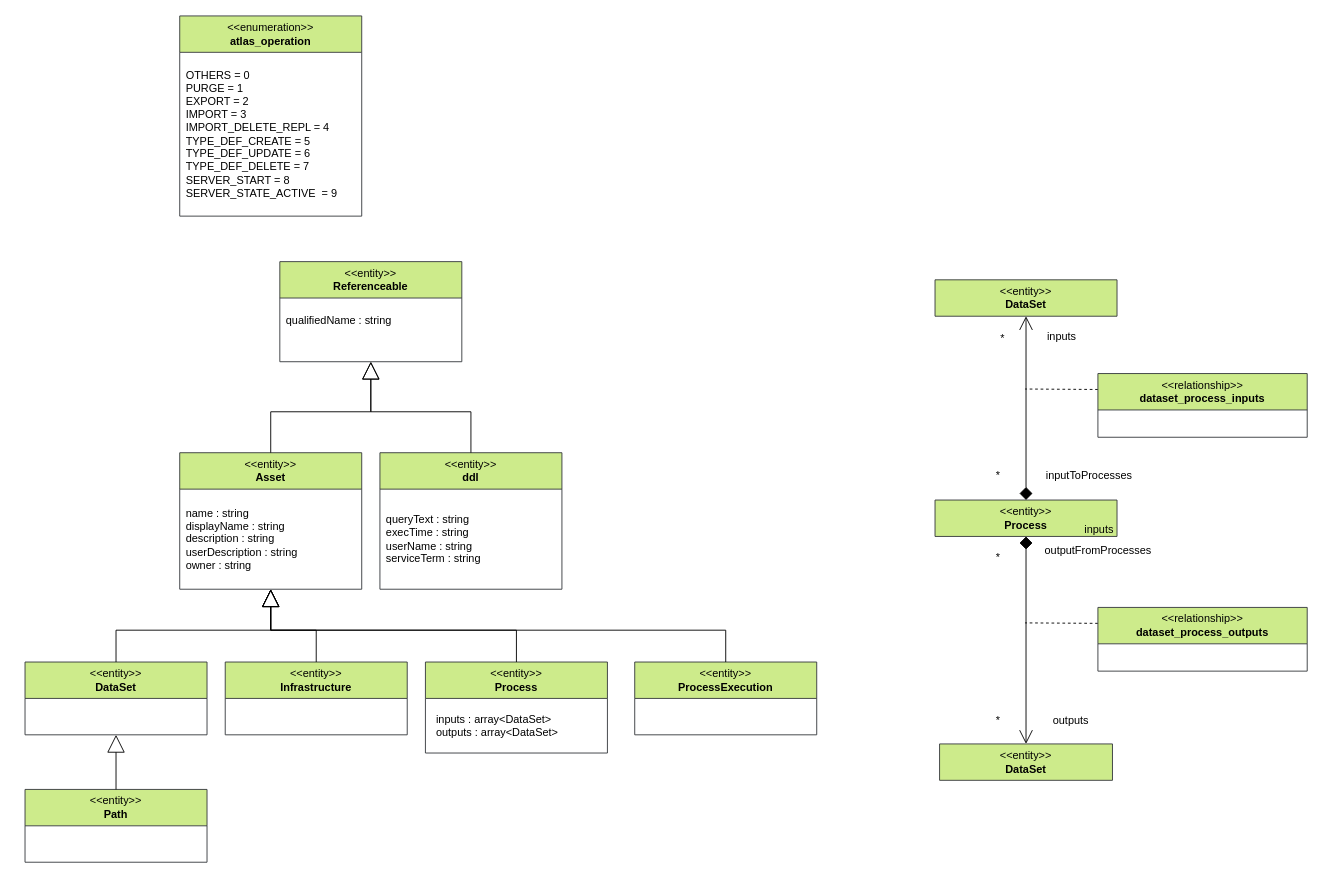
Earlier version of the draw.io diagram page "0010 - Base Model" (1 of 16) of open-metadata-implementation/adapters/open-connectors/integration-connectors/atlas-integration-connector/docs/atlas-types.drawio (odpi/egeria). Source tidied: cells renumbered, new cells numbered last; positions are measured from the earlier drawing's top-left corner, leaving out a move shared by most shapes. Both pictures are drawn from the tidied source at 91%, with x=0, y=0 at pixel (25, 15).
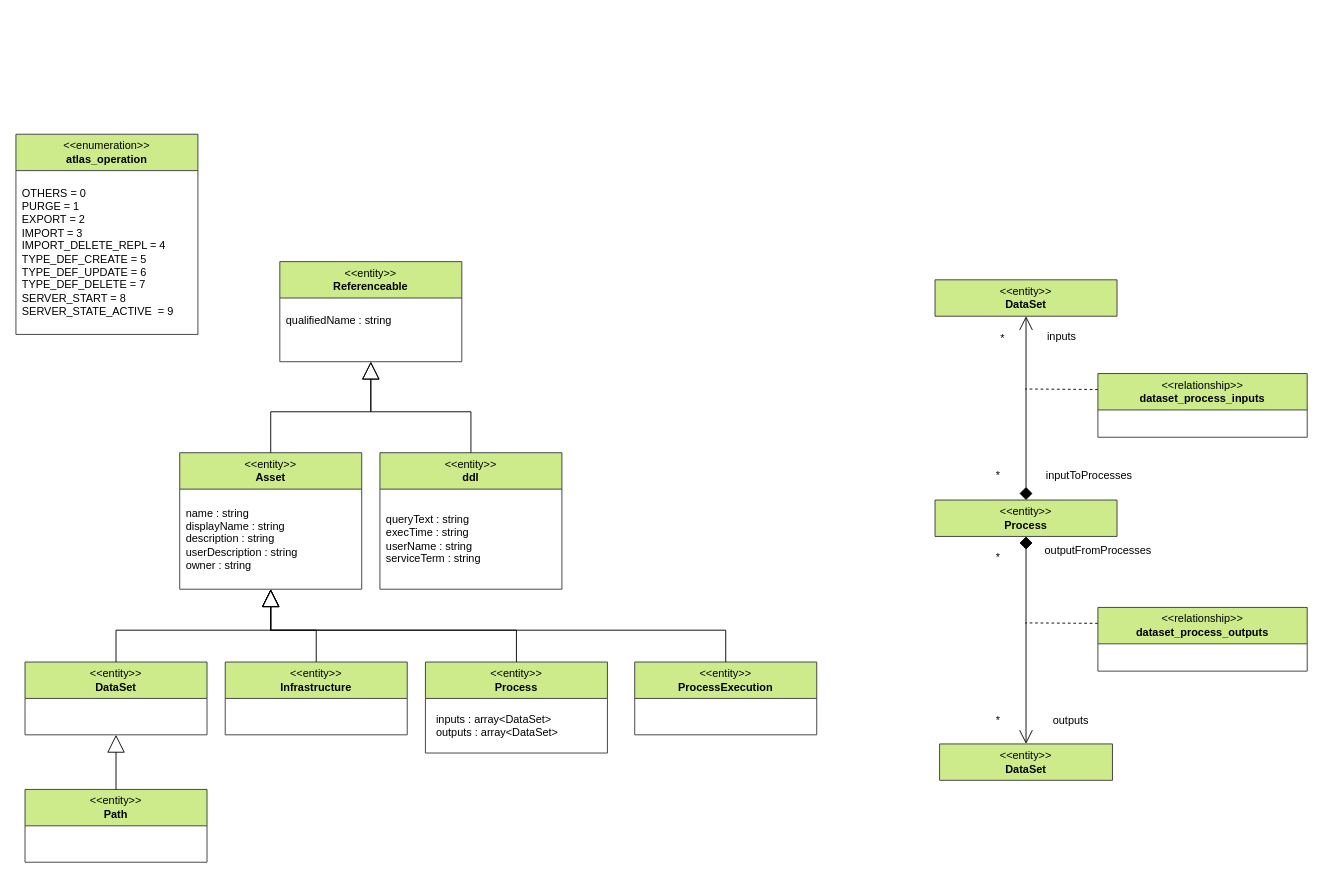
The same page after the edit.

Change to the diagram source:
```diff
@@
     <mxCell id="2" value="&lt;span style=&quot;font-weight: normal;&quot;&gt;&amp;lt;&amp;lt;enumeration&amp;gt;&amp;gt;&lt;br&gt;&lt;/span&gt;atlas_operation" style="swimlane;whiteSpace=wrap;html=1;startSize=40;fillColor=#cdeb8b;strokeColor=#36393d;" parent="1" vertex="1">
-      <mxGeometry x="170" width="200" height="220" as="geometry" />
+      <mxGeometry x="-10" y="130" width="200" height="220" as="geometry" />
     </mxCell>
@@
-    <mxCell id="39" value="inputs" style="text;html=1;align=center;verticalAlign=middle;strokeColor=none;fillColor=none;" parent="1" vertex="1">
-      <mxGeometry x="1150" y="550" width="60" height="30" as="geometry" />
-    </mxCell>
```
